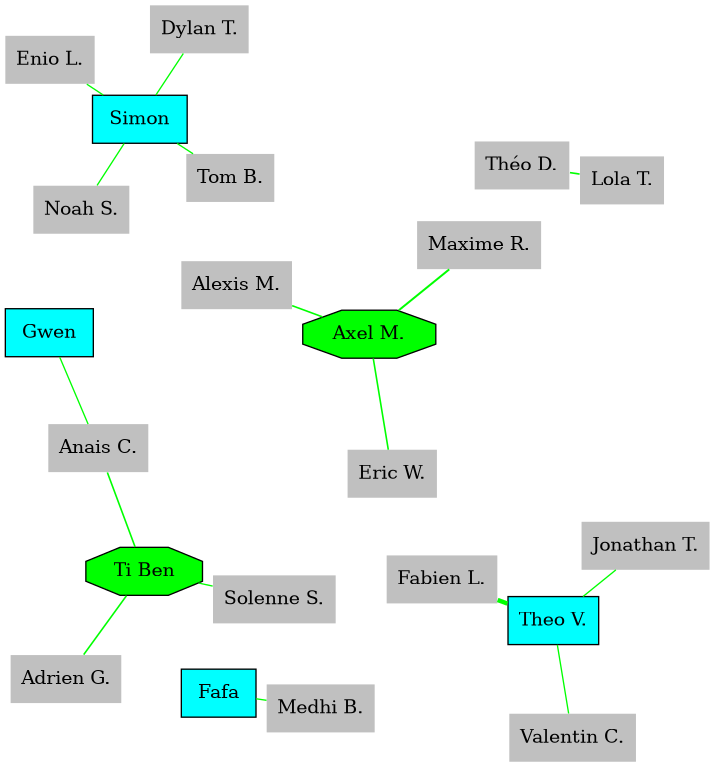
Earlier version of the Graphviz export jumpers_INITIATION.dot.png (GuilhemRep/sauts). Its source is kept beside it as jumpers_INITIATION.dot.
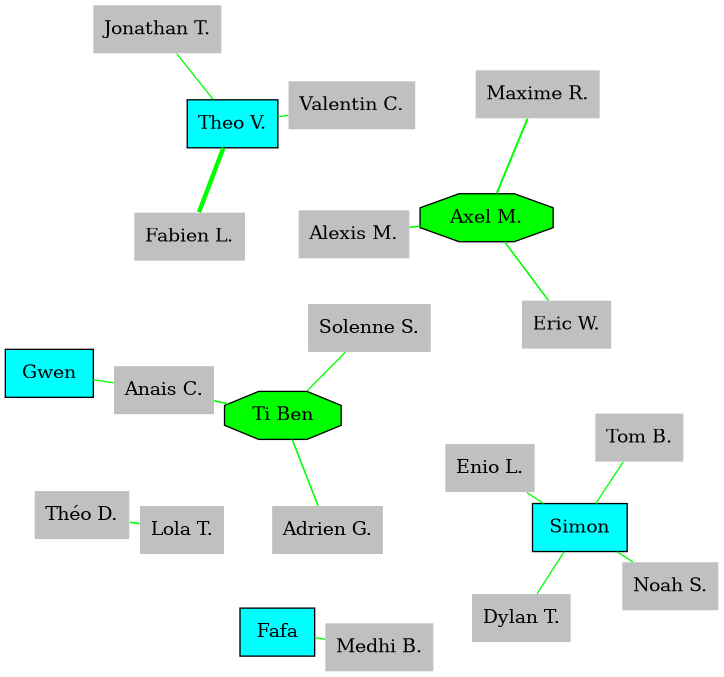
Above is the later version.

What changed in the source:
```diff
@@ -1,27 +1,27 @@
 graph Jumpers {
 	graph [overlap=false ratio=1 size="15,15" splines=true]
+	" Gwen " [fillcolor=cyan shape=rectangle style=filled]
+	"Theo V." [fillcolor=cyan shape=rectangle style=filled]
+	"Valentin C." [fillcolor=gray shape=none style=filled]
 	" Simon " [fillcolor=cyan shape=rectangle style=filled]
-	"Tom B." [fillcolor=gray shape=none style=filled]
+	"Alexis M." [fillcolor=gray shape=none style=filled]
+	"Axel M." [fillcolor=green shape=octagon style=filled]
+	"Noah S." [fillcolor=gray shape=none style=filled]
+	"Eric W." [fillcolor=gray shape=none style=filled]
+	"Fabien L." [fillcolor=gray shape=none style=filled]
+	"Ti Ben" [fillcolor=green shape=octagon style=filled]
+	"Théo D." [fillcolor=gray shape=none style=filled]
 	" Fafa " [fillcolor=cyan shape=rectangle style=filled]
-	"Fabien L." [fillcolor=gray shape=none style=filled]
-	"Théo D." [fillcolor=gray shape=none style=filled]
-	"Lola T." [fillcolor=gray shape=none style=filled]
-	"Noah S." [fillcolor=gray shape=none style=filled]
-	"Jonathan T." [fillcolor=gray shape=none style=filled]
-	"Valentin C." [fillcolor=gray shape=none style=filled]
-	"Alexis M." [fillcolor=gray shape=none style=filled]
-	"Theo V." [fillcolor=cyan shape=rectangle style=filled]
+	"Dylan T." [fillcolor=gray shape=none style=filled]
+	"Adrien G." [fillcolor=gray shape=none style=filled]
 	"Maxime R." [fillcolor=gray shape=none style=filled]
-	"Ti Ben" [fillcolor=green shape=octagon style=filled]
-	"Solenne S." [fillcolor=gray shape=none style=filled]
 	"Enio L." [fillcolor=gray shape=none style=filled]
 	"Medhi B." [fillcolor=gray shape=none style=filled]
-	"Adrien G." [fillcolor=gray shape=none style=filled]
-	"Eric W." [fillcolor=gray shape=none style=filled]
-	" Gwen " [fillcolor=cyan shape=rectangle style=filled]
-	"Axel M." [fillcolor=green shape=octagon style=filled]
-	"Dylan T." [fillcolor=gray shape=none style=filled]
 	"Anais C." [fillcolor=gray shape=none style=filled]
+	"Jonathan T." [fillcolor=gray shape=none style=filled]
+	"Tom B." [fillcolor=gray shape=none style=filled]
+	"Solenne S." [fillcolor=gray shape=none style=filled]
+	"Lola T." [fillcolor=gray shape=none style=filled]
 	"Fabien L." -- "Theo V." [color=green len=1.5 penwidth=3.3284271247461903]
 	"Axel M." -- "Maxime R." [color=green len=1.5 penwidth=1.5]
 	" Simon " -- "Noah S." [color=green len=1.5 penwidth=1.0]
```
